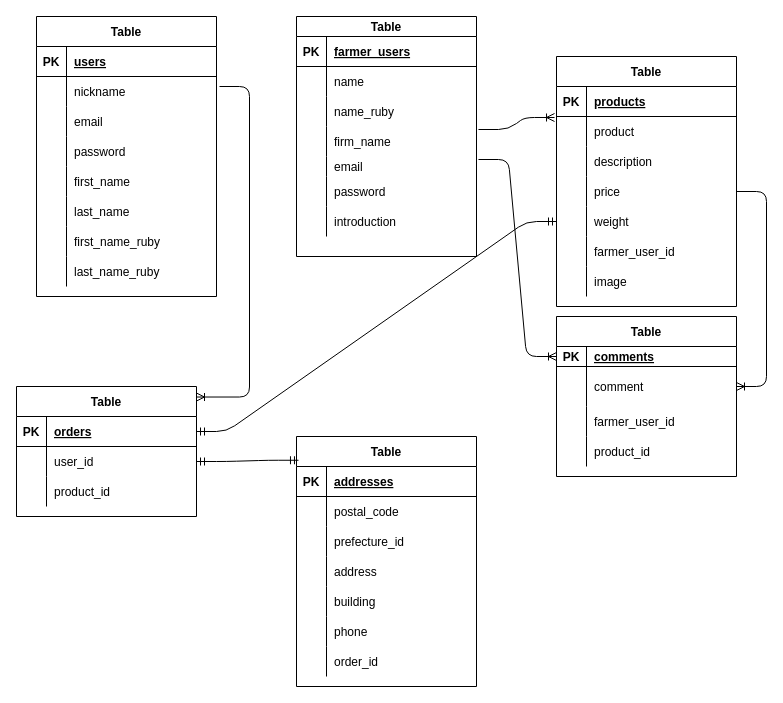
The draw.io diagram agrib.dio in Bulkgi/agrib, before the edit. Source tidied: cells renumbered, new cells numbered last; positions are measured from the earlier drawing's top-left corner, leaving out a move shared by most shapes. Both pictures are drawn from the tidied source at 100%, with x=0, y=0 at pixel (16, 16).
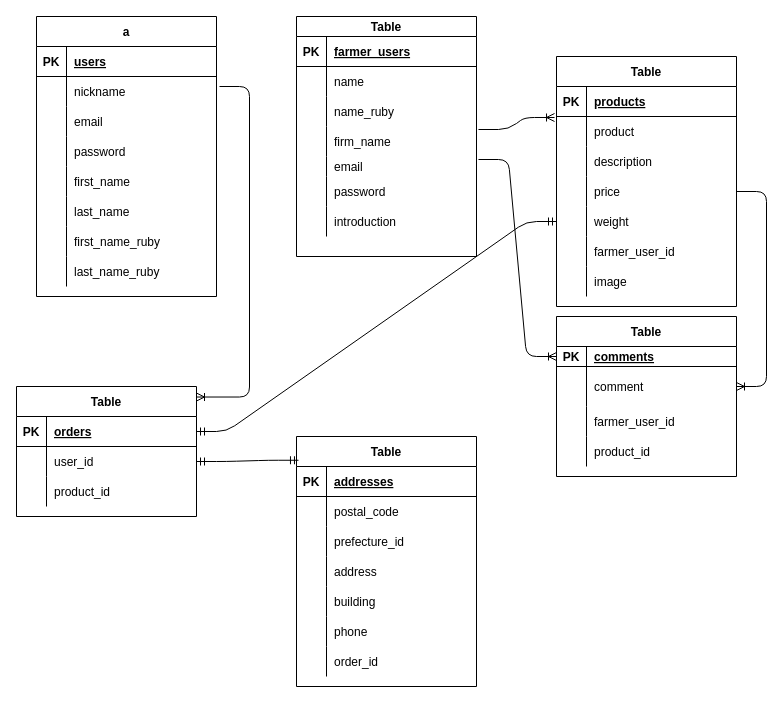
Above is the later version.

Diff of the diagram source:
```diff
@@
-    <mxCell id="2" value="Table" style="shape=table;startSize=30;childLayout=tableLayout;rowLines=0;fontStyle=1;align=center;" parent="1" vertex="1">
+    <mxCell id="2" value="a" style="shape=table;startSize=30;childLayout=tableLayout;rowLines=0;fontStyle=1;align=center;" parent="1" vertex="1">
       <mxGeometry x="20" width="180" height="280" as="geometry" />
     </mxCell>
```
